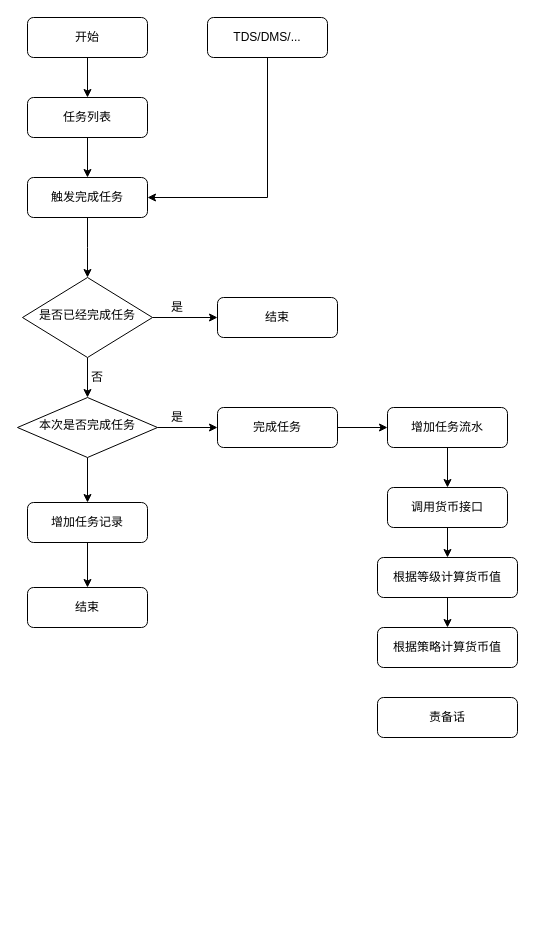
Earlier version of the draw.io diagram 未命名绘图.drawio (fanhuanianjian/java-basics). Source tidied: cells renumbered, new cells numbered last; positions are measured from the earlier drawing's top-left corner, leaving out a move shared by most shapes. Both pictures are drawn from the tidied source at 100%, with x=0, y=0 at pixel (17, 17).
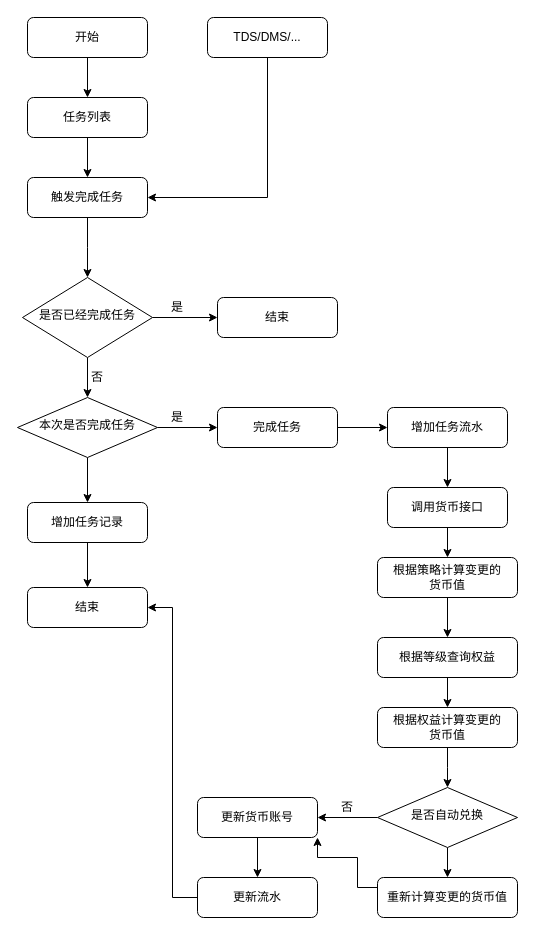
The same page after the edit.

Commit message (it also covers changes not shown here):
更新未命名绘图.drawio

The change refers to these unchanged cells:
```xml
<mxCell id="26" value="结束" style="rounded=1;whiteSpace=wrap;html=1;fontSize=12;glass=0;strokeWidth=1;shadow=0;" parent="1" vertex="1">
  <mxGeometry x="10" y="570" width="120" height="40" as="geometry" />
</mxCell>
<mxCell id="29" value="调用货币接口" style="rounded=1;whiteSpace=wrap;html=1;fontSize=12;glass=0;strokeWidth=1;shadow=0;" parent="1" vertex="1">
  <mxGeometry x="370" y="470" width="120" height="40" as="geometry" />
</mxCell>
```

Change to the diagram source:
```diff
@@
+    <mxCell id="33" style="edgeStyle=orthogonalEdgeStyle;rounded=0;jettySize=auto;html=1;exitX=0.5;exitY=1;exitDx=0;exitDy=0;entryX=0.5;entryY=0;entryDx=0;entryDy=0;" parent="1" edge="1" source="27" target="31">
+      <mxGeometry relative="1" as="geometry" />
+    </mxCell>
-    <mxCell id="27" value="根据策略计算货币值" style="rounded=1;whiteSpace=wrap;html=1;fontSize=12;glass=0;strokeWidth=1;shadow=0;" parent="1" vertex="1">
-      <mxGeometry x="360" y="610" width="140" height="40" as="geometry" />
+    <mxCell id="27" value="根据策略计算变更的&lt;br&gt;货币值" style="rounded=1;whiteSpace=wrap;html=1;fontSize=12;glass=0;strokeWidth=1;shadow=0;" parent="1" vertex="1">
+      <mxGeometry x="360" y="540" width="140" height="40" as="geometry" />
     </mxCell>
-    <mxCell id="28" style="edgeStyle=orthogonalEdgeStyle;rounded=0;jettySize=auto;html=1;" parent="1" edge="1" source="29" target="31">
-      <mxGeometry relative="1" as="geometry" />
-    </mxCell>
+    <mxCell id="34" style="edgeStyle=orthogonalEdgeStyle;rounded=0;jettySize=auto;html=1;" parent="1" edge="1" source="29" target="27">
+      <mxGeometry relative="1" as="geometry" />
+    </mxCell>
@@
-    <mxCell id="30" style="edgeStyle=orthogonalEdgeStyle;rounded=0;jettySize=auto;html=1;" parent="1" edge="1" source="31" target="27">
-      <mxGeometry relative="1" as="geometry" />
-    </mxCell>
+    <mxCell id="35" style="edgeStyle=orthogonalEdgeStyle;rounded=0;jettySize=auto;html=1;" parent="1" edge="1" source="31" target="37">
+      <mxGeometry relative="1" as="geometry" />
+    </mxCell>
-    <mxCell id="31" value="根据等级计算货币值" style="rounded=1;whiteSpace=wrap;html=1;fontSize=12;glass=0;strokeWidth=1;shadow=0;" parent="1" vertex="1">
-      <mxGeometry x="360" y="540" width="140" height="40" as="geometry" />
+    <mxCell id="31" value="根据等级查询权益" style="rounded=1;whiteSpace=wrap;html=1;fontSize=12;glass=0;strokeWidth=1;shadow=0;" parent="1" vertex="1">
+      <mxGeometry x="360" y="620" width="140" height="40" as="geometry" />
     </mxCell>
-    <mxCell id="32" value="责备话" style="rounded=1;whiteSpace=wrap;html=1;fontSize=12;glass=0;strokeWidth=1;shadow=0;" parent="1" vertex="1">
-      <mxGeometry x="360" y="680" width="140" height="40" as="geometry" />
-    </mxCell>
+    <mxCell id="36" style="edgeStyle=orthogonalEdgeStyle;rounded=0;jettySize=auto;html=1;exitX=0.5;exitY=1;exitDx=0;exitDy=0;" parent="1" edge="1" source="37">
+      <mxGeometry relative="1" as="geometry">
+        <mxPoint x="430" y="770" as="targetPoint" />
+      </mxGeometry>
+    </mxCell>
+    <mxCell id="37" value="根据权益计算变更的&lt;br&gt;货币值" style="rounded=1;whiteSpace=wrap;html=1;fontSize=12;glass=0;strokeWidth=1;shadow=0;" parent="1" vertex="1">
+      <mxGeometry x="360" y="690" width="140" height="40" as="geometry" />
+    </mxCell>
+    <mxCell id="38" style="edgeStyle=orthogonalEdgeStyle;rounded=0;jettySize=auto;html=1;exitX=0;exitY=0.5;exitDx=0;exitDy=0;entryX=1;entryY=0.5;entryDx=0;entryDy=0;" parent="1" edge="1" source="40" target="42">
+      <mxGeometry relative="1" as="geometry" />
+    </mxCell>
+    <mxCell id="39" style="edgeStyle=orthogonalEdgeStyle;rounded=0;jettySize=auto;html=1;" parent="1" edge="1" source="40" target="47">
+      <mxGeometry relative="1" as="geometry" />
+    </mxCell>
+    <mxCell id="40" value="是否自动兑换" style="rhombus;whiteSpace=wrap;html=1;shadow=0;fontFamily=Helvetica;fontSize=12;align=center;strokeWidth=1;spacing=6;spacingTop=-4;" parent="1" vertex="1">
+      <mxGeometry x="360" y="770" width="140" height="60" as="geometry" />
+    </mxCell>
+    <mxCell id="41" style="edgeStyle=orthogonalEdgeStyle;rounded=0;jettySize=auto;html=1;" parent="1" edge="1" source="42" target="44">
+      <mxGeometry relative="1" as="geometry" />
+    </mxCell>
+    <mxCell id="42" value="更新货币账号" style="rounded=1;whiteSpace=wrap;html=1;fontSize=12;glass=0;strokeWidth=1;shadow=0;" parent="1" vertex="1">
+      <mxGeometry x="180" y="780" width="120" height="40" as="geometry" />
+    </mxCell>
+    <mxCell id="43" style="edgeStyle=orthogonalEdgeStyle;rounded=0;jettySize=auto;html=1;entryX=1;entryY=0.5;entryDx=0;entryDy=0;" parent="1" edge="1" source="44" target="26">
+      <mxGeometry relative="1" as="geometry" />
+    </mxCell>
+    <mxCell id="44" value="更新流水" style="rounded=1;whiteSpace=wrap;html=1;fontSize=12;glass=0;strokeWidth=1;shadow=0;" parent="1" vertex="1">
+      <mxGeometry x="180" y="860" width="120" height="40" as="geometry" />
+    </mxCell>
+    <mxCell id="45" value="否" style="text;html=1;strokeColor=none;fillColor=none;align=center;verticalAlign=middle;whiteSpace=wrap;rounded=0;" parent="1" vertex="1">
+      <mxGeometry x="320" y="780" width="20" height="20" as="geometry" />
+    </mxCell>
+    <mxCell id="46" style="edgeStyle=orthogonalEdgeStyle;rounded=0;jettySize=auto;html=1;exitX=0;exitY=0.25;exitDx=0;exitDy=0;entryX=1;entryY=1;entryDx=0;entryDy=0;" parent="1" edge="1" source="47" target="42">
+      <mxGeometry relative="1" as="geometry">
+        <Array as="points">
+          <mxPoint x="340" y="870" />
+          <mxPoint x="340" y="840" />
+          <mxPoint x="300" y="840" />
+        </Array>
+      </mxGeometry>
+    </mxCell>
+    <mxCell id="47" value="重新计算变更的货币值" style="rounded=1;whiteSpace=wrap;html=1;fontSize=12;glass=0;strokeWidth=1;shadow=0;" parent="1" vertex="1">
+      <mxGeometry x="360" y="860" width="140" height="40" as="geometry" />
+    </mxCell>
```
